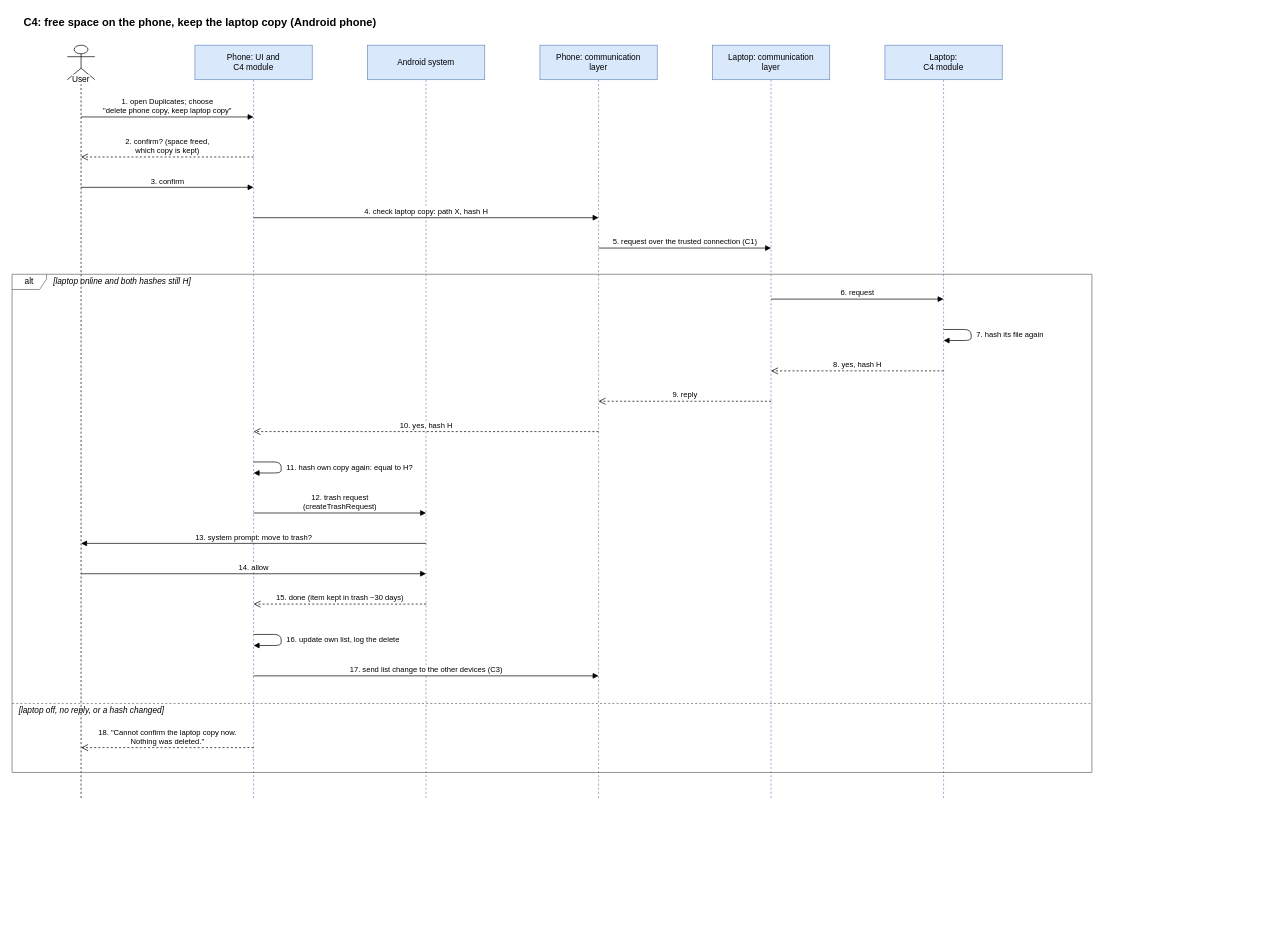
Before: diagrams/C4-duplicate-sequence.drawio in Ali-Alasiri/graduation-project-phase-one, a draw.io diagram. Source tidied: cells renumbered, new cells numbered last; positions are measured from the earlier drawing's top-left corner, leaving out a move shared by most shapes. Both pictures are drawn from the tidied source at 69%, with x=0, y=0 at pixel (12, 12).
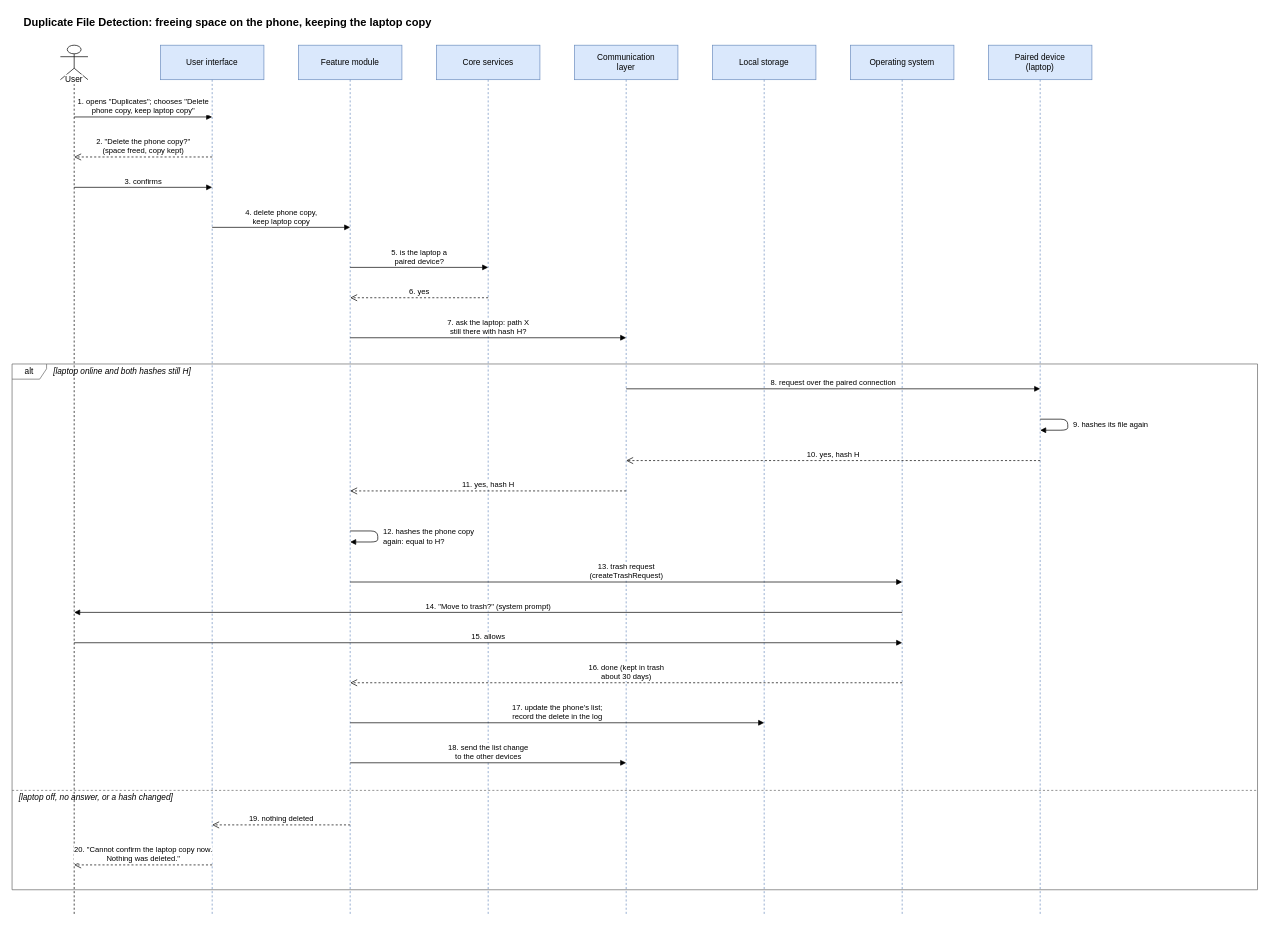
The same page after the edit.

Commit message (it also covers changes not shown here):
C4: diagram labels and lanes from the naming list

Claude-Session: https://claude.ai/code/session_01BeHf3d1kUqbSvqCHyE6dbJ

Diff of the diagram source:
```diff
@@
-    <mxCell id="2" value="C4: free space on the phone, keep the laptop copy (Android phone)" style="text;html=1;fontStyle=1;fontSize=16;align=left;verticalAlign=middle;" parent="1" vertex="1">
+    <mxCell id="2" value="Duplicate File Detection: freeing space on the phone, keeping the laptop copy" style="text;html=1;fontStyle=1;fontSize=16;align=left;verticalAlign=middle;" parent="1" vertex="1">
       <mxGeometry x="15" width="900" height="30" as="geometry" />
     </mxCell>
     <mxCell id="3" value="User" style="shape=umlLifeline;participant=umlActor;perimeter=lifelinePerimeter;whiteSpace=wrap;html=1;verticalAlign=top;spacingTop=36;labelBackgroundColor=#ffffff;size=50;" parent="1" vertex="1">
-      <mxGeometry x="80" y="48" width="40" height="1092" as="geometry" />
+      <mxGeometry x="70" y="48" width="40" height="1262" as="geometry" />
     </mxCell>
-    <mxCell id="4" value="Phone: UI and&lt;br&gt;C4 module" style="shape=umlLifeline;perimeter=lifelinePerimeter;whiteSpace=wrap;html=1;size=50;fillColor=#dae8fc;strokeColor=#6c8ebf;" parent="1" vertex="1">
-      <mxGeometry x="265" y="48" width="170" height="1092" as="geometry" />
+    <mxCell id="4" value="User interface" style="shape=umlLifeline;perimeter=lifelinePerimeter;whiteSpace=wrap;html=1;size=50;fillColor=#dae8fc;strokeColor=#6c8ebf;" parent="1" vertex="1">
+      <mxGeometry x="215" y="48" width="150" height="1262" as="geometry" />
     </mxCell>
-    <mxCell id="5" value="Android system" style="shape=umlLifeline;perimeter=lifelinePerimeter;whiteSpace=wrap;html=1;size=50;fillColor=#dae8fc;strokeColor=#6c8ebf;" parent="1" vertex="1">
-      <mxGeometry x="515" y="48" width="170" height="1092" as="geometry" />
+    <mxCell id="5" value="Feature module" style="shape=umlLifeline;perimeter=lifelinePerimeter;whiteSpace=wrap;html=1;size=50;fillColor=#dae8fc;strokeColor=#6c8ebf;" parent="1" vertex="1">
+      <mxGeometry x="415" y="48" width="150" height="1262" as="geometry" />
     </mxCell>
-    <mxCell id="6" value="Phone: communication&lt;br&gt;layer" style="shape=umlLifeline;perimeter=lifelinePerimeter;whiteSpace=wrap;html=1;size=50;fillColor=#dae8fc;strokeColor=#6c8ebf;" parent="1" vertex="1">
-      <mxGeometry x="765" y="48" width="170" height="1092" as="geometry" />
+    <mxCell id="6" value="Core services" style="shape=umlLifeline;perimeter=lifelinePerimeter;whiteSpace=wrap;html=1;size=50;fillColor=#dae8fc;strokeColor=#6c8ebf;" parent="1" vertex="1">
+      <mxGeometry x="615" y="48" width="150" height="1262" as="geometry" />
     </mxCell>
-    <mxCell id="7" value="Laptop: communication&lt;br&gt;layer" style="shape=umlLifeline;perimeter=lifelinePerimeter;whiteSpace=wrap;html=1;size=50;fillColor=#dae8fc;strokeColor=#6c8ebf;" parent="1" vertex="1">
-      <mxGeometry x="1015" y="48" width="170" height="1092" as="geometry" />
+    <mxCell id="7" value="Communication&lt;br&gt;layer" style="shape=umlLifeline;perimeter=lifelinePerimeter;whiteSpace=wrap;html=1;size=50;fillColor=#dae8fc;strokeColor=#6c8ebf;" parent="1" vertex="1">
+      <mxGeometry x="815" y="48" width="150" height="1262" as="geometry" />
     </mxCell>
-    <mxCell id="8" value="Laptop:&lt;br&gt;C4 module" style="shape=umlLifeline;perimeter=lifelinePerimeter;whiteSpace=wrap;html=1;size=50;fillColor=#dae8fc;strokeColor=#6c8ebf;" parent="1" vertex="1">
-      <mxGeometry x="1265" y="48" width="170" height="1092" as="geometry" />
+    <mxCell id="8" value="Local storage" style="shape=umlLifeline;perimeter=lifelinePerimeter;whiteSpace=wrap;html=1;size=50;fillColor=#dae8fc;strokeColor=#6c8ebf;" parent="1" vertex="1">
+      <mxGeometry x="1015" y="48" width="150" height="1262" as="geometry" />
     </mxCell>
-    <mxCell id="9" value="alt" style="shape=umlFrame;whiteSpace=wrap;html=1;width=50;height=22;fillColor=none;strokeColor=#666666;" parent="1" vertex="1">
-      <mxGeometry y="380" width="1565" height="722" as="geometry" />
+    <mxCell id="9" value="Operating system" style="shape=umlLifeline;perimeter=lifelinePerimeter;whiteSpace=wrap;html=1;size=50;fillColor=#dae8fc;strokeColor=#6c8ebf;" parent="1" vertex="1">
+      <mxGeometry x="1215" y="48" width="150" height="1262" as="geometry" />
     </mxCell>
-    <mxCell id="10" value="[laptop online and both hashes still H]" style="text;html=1;align=left;verticalAlign=middle;fontStyle=2;" parent="1" vertex="1">
-      <mxGeometry x="58" y="380" width="420" height="22" as="geometry" />
+    <mxCell id="10" value="Paired device&lt;br&gt;(laptop)" style="shape=umlLifeline;perimeter=lifelinePerimeter;whiteSpace=wrap;html=1;size=50;fillColor=#dae8fc;strokeColor=#6c8ebf;" parent="1" vertex="1">
+      <mxGeometry x="1415" y="48" width="150" height="1262" as="geometry" />
     </mxCell>
-    <mxCell id="11" style="endArrow=none;dashed=1;html=1;strokeColor=#666666;" parent="1" edge="1">
-      <mxGeometry relative="1" as="geometry">
-        <mxPoint y="1002" as="sourcePoint" />
-        <mxPoint x="1565" y="1002" as="targetPoint" />
-      </mxGeometry>
+    <mxCell id="11" value="alt" style="shape=umlFrame;whiteSpace=wrap;html=1;width=50;height=22;fillColor=none;strokeColor=#666666;" parent="1" vertex="1">
+      <mxGeometry y="510" width="1805" height="762" as="geometry" />
     </mxCell>
-    <mxCell id="12" value="[laptop off, no reply, or a hash changed]" style="text;html=1;align=left;verticalAlign=middle;fontStyle=2;" parent="1" vertex="1">
-      <mxGeometry x="8" y="1002" width="420" height="22" as="geometry" />
+    <mxCell id="12" value="[laptop online and both hashes still H]" style="text;html=1;align=left;verticalAlign=middle;fontStyle=2;" parent="1" vertex="1">
+      <mxGeometry x="58" y="510" width="420" height="22" as="geometry" />
     </mxCell>
-    <mxCell id="13" value="1. open Duplicates; choose&lt;br&gt;&quot;delete phone copy, keep laptop copy&quot;" style="html=1;verticalAlign=bottom;labelBackgroundColor=#ffffff;fontSize=11;endArrow=block;endFill=1;" parent="1" edge="1">
+    <mxCell id="13" style="endArrow=none;dashed=1;html=1;strokeColor=#666666;" parent="1" edge="1">
       <mxGeometry relative="1" as="geometry">
-        <mxPoint x="100" y="152" as="sourcePoint" />
-        <mxPoint x="350" y="152" as="targetPoint" />
+        <mxPoint y="1128" as="sourcePoint" />
+        <mxPoint x="1805" y="1128" as="targetPoint" />
       </mxGeometry>
     </mxCell>
-    <mxCell id="14" value="2. confirm? (space freed,&lt;br&gt;which copy is kept)" style="html=1;verticalAlign=bottom;labelBackgroundColor=#ffffff;fontSize=11;dashed=1;endArrow=open;endSize=8;" parent="1" edge="1">
-      <mxGeometry relative="1" as="geometry">
-        <mxPoint x="350" y="210" as="sourcePoint" />
-        <mxPoint x="100" y="210" as="targetPoint" />
-      </mxGeometry>
+    <mxCell id="14" value="[laptop off, no answer, or a hash changed]" style="text;html=1;align=left;verticalAlign=middle;fontStyle=2;" parent="1" vertex="1">
+      <mxGeometry x="8" y="1128" width="420" height="22" as="geometry" />
     </mxCell>
-    <mxCell id="15" value="3. confirm" style="html=1;verticalAlign=bottom;labelBackgroundColor=#ffffff;fontSize=11;endArrow=block;endFill=1;" parent="1" edge="1">
+    <mxCell id="15" value="1. opens &quot;Duplicates&quot;; chooses &quot;Delete&lt;br&gt;phone copy, keep laptop copy&quot;" style="html=1;verticalAlign=bottom;labelBackgroundColor=#ffffff;fontSize=11;endArrow=block;endFill=1;" parent="1" edge="1">
       <mxGeometry relative="1" as="geometry">
-        <mxPoint x="100" y="254" as="sourcePoint" />
-        <mxPoint x="350" y="254" as="targetPoint" />
+        <mxPoint x="90" y="152" as="sourcePoint" />
+        <mxPoint x="290" y="152" as="targetPoint" />
       </mxGeometry>
     </mxCell>
-    <mxCell id="16" value="4. check laptop copy: path X, hash H" style="html=1;verticalAlign=bottom;labelBackgroundColor=#ffffff;fontSize=11;endArrow=block;endFill=1;" parent="1" edge="1">
+    <mxCell id="16" value="2. &quot;Delete the phone copy?&quot;&lt;br&gt;(space freed, copy kept)" style="html=1;verticalAlign=bottom;labelBackgroundColor=#ffffff;fontSize=11;dashed=1;endArrow=open;endSize=8;" parent="1" edge="1">
       <mxGeometry relative="1" as="geometry">
-        <mxPoint x="350" y="298" as="sourcePoint" />
-        <mxPoint x="850" y="298" as="targetPoint" />
+        <mxPoint x="290" y="210" as="sourcePoint" />
+        <mxPoint x="90" y="210" as="targetPoint" />
       </mxGeometry>
     </mxCell>
-    <mxCell id="17" value="5. request over the trusted connection (C1)" style="html=1;verticalAlign=bottom;labelBackgroundColor=#ffffff;fontSize=11;endArrow=block;endFill=1;" parent="1" edge="1">
+    <mxCell id="17" value="3. confirms" style="html=1;verticalAlign=bottom;labelBackgroundColor=#ffffff;fontSize=11;endArrow=block;endFill=1;" parent="1" edge="1">
       <mxGeometry relative="1" as="geometry">
-        <mxPoint x="850" y="342" as="sourcePoint" />
-        <mxPoint x="1100" y="342" as="targetPoint" />
+        <mxPoint x="90" y="254" as="sourcePoint" />
+        <mxPoint x="290" y="254" as="targetPoint" />
       </mxGeometry>
     </mxCell>
-    <mxCell id="18" value="6. request" style="html=1;verticalAlign=bottom;labelBackgroundColor=#ffffff;fontSize=11;endArrow=block;endFill=1;" parent="1" edge="1">
+    <mxCell id="18" value="4. delete phone copy,&lt;br&gt;keep laptop copy" style="html=1;verticalAlign=bottom;labelBackgroundColor=#ffffff;fontSize=11;endArrow=block;endFill=1;" parent="1" edge="1">
       <mxGeometry relative="1" as="geometry">
-        <mxPoint x="1100" y="416" as="sourcePoint" />
-        <mxPoint x="1350" y="416" as="targetPoint" />
+        <mxPoint x="290" y="312" as="sourcePoint" />
+        <mxPoint x="490" y="312" as="targetPoint" />
       </mxGeometry>
     </mxCell>
-    <mxCell id="19" value="7. hash its file again" style="html=1;endArrow=block;endFill=1;align=left;spacingLeft=6;labelBackgroundColor=#ffffff;fontSize=11;" parent="1" edge="1">
+    <mxCell id="19" value="5. is the laptop a&lt;br&gt;paired device?" style="html=1;verticalAlign=bottom;labelBackgroundColor=#ffffff;fontSize=11;endArrow=block;endFill=1;" parent="1" edge="1">
       <mxGeometry relative="1" as="geometry">
-        <mxPoint x="1350" y="460" as="sourcePoint" />
-        <mxPoint x="1350" y="476" as="targetPoint" />
-        <Array as="points">
-          <mxPoint x="1390" y="460" />
-          <mxPoint x="1390" y="476" />
-        </Array>
+        <mxPoint x="490" y="370" as="sourcePoint" />
+        <mxPoint x="690" y="370" as="targetPoint" />
       </mxGeometry>
     </mxCell>
-    <mxCell id="20" value="8. yes, hash H" style="html=1;verticalAlign=bottom;labelBackgroundColor=#ffffff;fontSize=11;dashed=1;endArrow=open;endSize=8;" parent="1" edge="1">
+    <mxCell id="20" value="6. yes" style="html=1;verticalAlign=bottom;labelBackgroundColor=#ffffff;fontSize=11;dashed=1;endArrow=open;endSize=8;" parent="1" edge="1">
       <mxGeometry relative="1" as="geometry">
-        <mxPoint x="1350" y="520" as="sourcePoint" />
-        <mxPoint x="1100" y="520" as="targetPoint" />
+        <mxPoint x="690" y="414" as="sourcePoint" />
+        <mxPoint x="490" y="414" as="targetPoint" />
       </mxGeometry>
     </mxCell>
-    <mxCell id="21" value="9. reply" style="html=1;verticalAlign=bottom;labelBackgroundColor=#ffffff;fontSize=11;dashed=1;endArrow=open;endSize=8;" parent="1" edge="1">
+    <mxCell id="21" value="7. ask the laptop: path X&lt;br&gt;still there with hash H?" style="html=1;verticalAlign=bottom;labelBackgroundColor=#ffffff;fontSize=11;endArrow=block;endFill=1;" parent="1" edge="1">
       <mxGeometry relative="1" as="geometry">
-        <mxPoint x="1100" y="564" as="sourcePoint" />
-        <mxPoint x="850" y="564" as="targetPoint" />
+        <mxPoint x="490" y="472" as="sourcePoint" />
+        <mxPoint x="890" y="472" as="targetPoint" />
       </mxGeometry>
     </mxCell>
-    <mxCell id="22" value="10. yes, hash H" style="html=1;verticalAlign=bottom;labelBackgroundColor=#ffffff;fontSize=11;dashed=1;endArrow=open;endSize=8;" parent="1" edge="1">
+    <mxCell id="22" value="8. request over the paired connection" style="html=1;verticalAlign=bottom;labelBackgroundColor=#ffffff;fontSize=11;endArrow=block;endFill=1;" parent="1" edge="1">
       <mxGeometry relative="1" as="geometry">
-        <mxPoint x="850" y="608" as="sourcePoint" />
-        <mxPoint x="350" y="608" as="targetPoint" />
+        <mxPoint x="890" y="546" as="sourcePoint" />
+        <mxPoint x="1490" y="546" as="targetPoint" />
       </mxGeometry>
     </mxCell>
-    <mxCell id="23" value="11. hash own copy again: equal to H?" style="html=1;endArrow=block;endFill=1;align=left;spacingLeft=6;labelBackgroundColor=#ffffff;fontSize=11;" parent="1" edge="1">
+    <mxCell id="23" value="9. hashes its file again" style="html=1;endArrow=block;endFill=1;align=left;spacingLeft=6;labelBackgroundColor=#ffffff;fontSize=11;" parent="1" edge="1">
       <mxGeometry relative="1" as="geometry">
-        <mxPoint x="350" y="652" as="sourcePoint" />
-        <mxPoint x="350" y="668" as="targetPoint" />
+        <mxPoint x="1490" y="590" as="sourcePoint" />
+        <mxPoint x="1490" y="606" as="targetPoint" />
         <Array as="points">
-          <mxPoint x="390" y="652" />
-          <mxPoint x="390" y="668" />
+          <mxPoint x="1530" y="590" />
+          <mxPoint x="1530" y="606" />
         </Array>
       </mxGeometry>
     </mxCell>
-    <mxCell id="24" value="12. trash request&lt;br&gt;(createTrashRequest)" style="html=1;verticalAlign=bottom;labelBackgroundColor=#ffffff;fontSize=11;endArrow=block;endFill=1;" parent="1" edge="1">
+    <mxCell id="24" value="10. yes, hash H" style="html=1;verticalAlign=bottom;labelBackgroundColor=#ffffff;fontSize=11;dashed=1;endArrow=open;endSize=8;" parent="1" edge="1">
       <mxGeometry relative="1" as="geometry">
-        <mxPoint x="350" y="726" as="sourcePoint" />
-        <mxPoint x="600" y="726" as="targetPoint" />
+        <mxPoint x="1490" y="650" as="sourcePoint" />
+        <mxPoint x="890" y="650" as="targetPoint" />
       </mxGeometry>
     </mxCell>
-    <mxCell id="25" value="13. system prompt: move to trash?" style="html=1;verticalAlign=bottom;labelBackgroundColor=#ffffff;fontSize=11;endArrow=block;endFill=1;" parent="1" edge="1">
+    <mxCell id="25" value="11. yes, hash H" style="html=1;verticalAlign=bottom;labelBackgroundColor=#ffffff;fontSize=11;dashed=1;endArrow=open;endSize=8;" parent="1" edge="1">
       <mxGeometry relative="1" as="geometry">
-        <mxPoint x="600" y="770" as="sourcePoint" />
-        <mxPoint x="100" y="770" as="targetPoint" />
+        <mxPoint x="890" y="694" as="sourcePoint" />
+        <mxPoint x="490" y="694" as="targetPoint" />
       </mxGeometry>
     </mxCell>
-    <mxCell id="26" value="14. allow" style="html=1;verticalAlign=bottom;labelBackgroundColor=#ffffff;fontSize=11;endArrow=block;endFill=1;" parent="1" edge="1">
+    <mxCell id="26" value="12. hashes the phone copy&lt;br&gt;again: equal to H?" style="html=1;endArrow=block;endFill=1;align=left;spacingLeft=6;labelBackgroundColor=#ffffff;fontSize=11;" parent="1" edge="1">
       <mxGeometry relative="1" as="geometry">
-        <mxPoint x="100" y="814" as="sourcePoint" />
-        <mxPoint x="600" y="814" as="targetPoint" />
+        <mxPoint x="490" y="752" as="sourcePoint" />
+        <mxPoint x="490" y="768" as="targetPoint" />
+        <Array as="points">
+          <mxPoint x="530" y="752" />
+          <mxPoint x="530" y="768" />
+        </Array>
       </mxGeometry>
     </mxCell>
-    <mxCell id="27" value="15. done (item kept in trash ~30 days)" style="html=1;verticalAlign=bottom;labelBackgroundColor=#ffffff;fontSize=11;dashed=1;endArrow=open;endSize=8;" parent="1" edge="1">
+    <mxCell id="27" value="13. trash request&lt;br&gt;(createTrashRequest)" style="html=1;verticalAlign=bottom;labelBackgroundColor=#ffffff;fontSize=11;endArrow=block;endFill=1;" parent="1" edge="1">
       <mxGeometry relative="1" as="geometry">
-        <mxPoint x="600" y="858" as="sourcePoint" />
-        <mxPoint x="350" y="858" as="targetPoint" />
+        <mxPoint x="490" y="826" as="sourcePoint" />
+        <mxPoint x="1290" y="826" as="targetPoint" />
       </mxGeometry>
     </mxCell>
-    <mxCell id="28" value="16. update own list, log the delete" style="html=1;endArrow=block;endFill=1;align=left;spacingLeft=6;labelBackgroundColor=#ffffff;fontSize=11;" parent="1" edge="1">
+    <mxCell id="28" value="14. &quot;Move to trash?&quot; (system prompt)" style="html=1;verticalAlign=bottom;labelBackgroundColor=#ffffff;fontSize=11;endArrow=block;endFill=1;" parent="1" edge="1">
       <mxGeometry relative="1" as="geometry">
-        <mxPoint x="350" y="902" as="sourcePoint" />
-        <mxPoint x="350" y="918" as="targetPoint" />
-        <Array as="points">
-          <mxPoint x="390" y="902" />
-          <mxPoint x="390" y="918" />
-        </Array>
+        <mxPoint x="1290" y="870" as="sourcePoint" />
+        <mxPoint x="90" y="870" as="targetPoint" />
       </mxGeometry>
     </mxCell>
-    <mxCell id="29" value="17. send list change to the other devices (C3)" style="html=1;verticalAlign=bottom;labelBackgroundColor=#ffffff;fontSize=11;endArrow=block;endFill=1;" parent="1" edge="1">
+    <mxCell id="29" value="15. allows" style="html=1;verticalAlign=bottom;labelBackgroundColor=#ffffff;fontSize=11;endArrow=block;endFill=1;" parent="1" edge="1">
       <mxGeometry relative="1" as="geometry">
-        <mxPoint x="350" y="962" as="sourcePoint" />
-        <mxPoint x="850" y="962" as="targetPoint" />
+        <mxPoint x="90" y="914" as="sourcePoint" />
+        <mxPoint x="1290" y="914" as="targetPoint" />
       </mxGeometry>
     </mxCell>
-    <mxCell id="30" value="18. &quot;Cannot confirm the laptop copy now.&lt;br&gt;Nothing was deleted.&quot;" style="html=1;verticalAlign=bottom;labelBackgroundColor=#ffffff;fontSize=11;dashed=1;endArrow=open;endSize=8;" parent="1" edge="1">
+    <mxCell id="30" value="16. done (kept in trash&lt;br&gt;about 30 days)" style="html=1;verticalAlign=bottom;labelBackgroundColor=#ffffff;fontSize=11;dashed=1;endArrow=open;endSize=8;" parent="1" edge="1">
       <mxGeometry relative="1" as="geometry">
-        <mxPoint x="350" y="1066" as="sourcePoint" />
-        <mxPoint x="100" y="1066" as="targetPoint" />
+        <mxPoint x="1290" y="972" as="sourcePoint" />
+        <mxPoint x="490" y="972" as="targetPoint" />
       </mxGeometry>
     </mxCell>
+    <mxCell id="31" value="17. update the phone's list;&lt;br&gt;record the delete in the log" style="html=1;verticalAlign=bottom;labelBackgroundColor=#ffffff;fontSize=11;endArrow=block;endFill=1;" parent="1" edge="1">
+      <mxGeometry relative="1" as="geometry">
+        <mxPoint x="490" y="1030" as="sourcePoint" />
+        <mxPoint x="1090" y="1030" as="targetPoint" />
+      </mxGeometry>
+    </mxCell>
+    <mxCell id="32" value="18. send the list change&lt;br&gt;to the other devices" style="html=1;verticalAlign=bottom;labelBackgroundColor=#ffffff;fontSize=11;endArrow=block;endFill=1;" parent="1" edge="1">
+      <mxGeometry relative="1" as="geometry">
+        <mxPoint x="490" y="1088" as="sourcePoint" />
+        <mxPoint x="890" y="1088" as="targetPoint" />
+      </mxGeometry>
+    </mxCell>
+    <mxCell id="33" value="19. nothing deleted" style="html=1;verticalAlign=bottom;labelBackgroundColor=#ffffff;fontSize=11;dashed=1;endArrow=open;endSize=8;" parent="1" edge="1">
+      <mxGeometry relative="1" as="geometry">
+        <mxPoint x="490" y="1178" as="sourcePoint" />
+        <mxPoint x="290" y="1178" as="targetPoint" />
+      </mxGeometry>
+    </mxCell>
+    <mxCell id="34" value="20. &quot;Cannot confirm the laptop copy now.&lt;br&gt;Nothing was deleted.&quot;" style="html=1;verticalAlign=bottom;labelBackgroundColor=#ffffff;fontSize=11;dashed=1;endArrow=open;endSize=8;" parent="1" edge="1">
+      <mxGeometry relative="1" as="geometry">
+        <mxPoint x="290" y="1236" as="sourcePoint" />
+        <mxPoint x="90" y="1236" as="targetPoint" />
+      </mxGeometry>
+    </mxCell>
```
